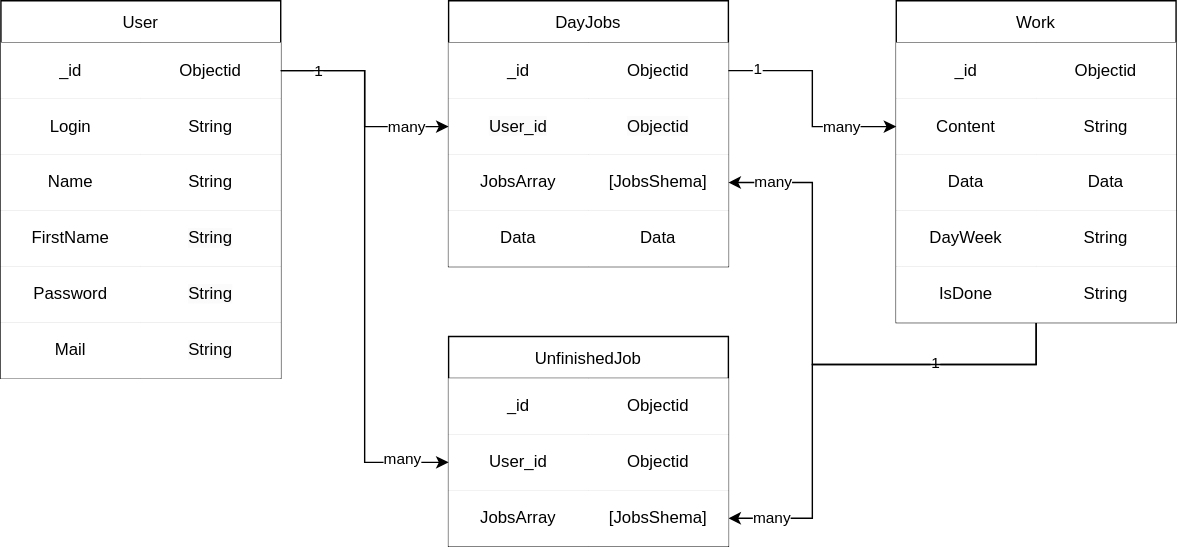
The draw.io diagram FireWeekDiagram.drawio.svg in lambehorn/FireWeek, before a commit. Source tidied: cells renumbered, new cells last; positions are measured from the earlier drawing's top-left corner, leaving out a move shared by most shapes.
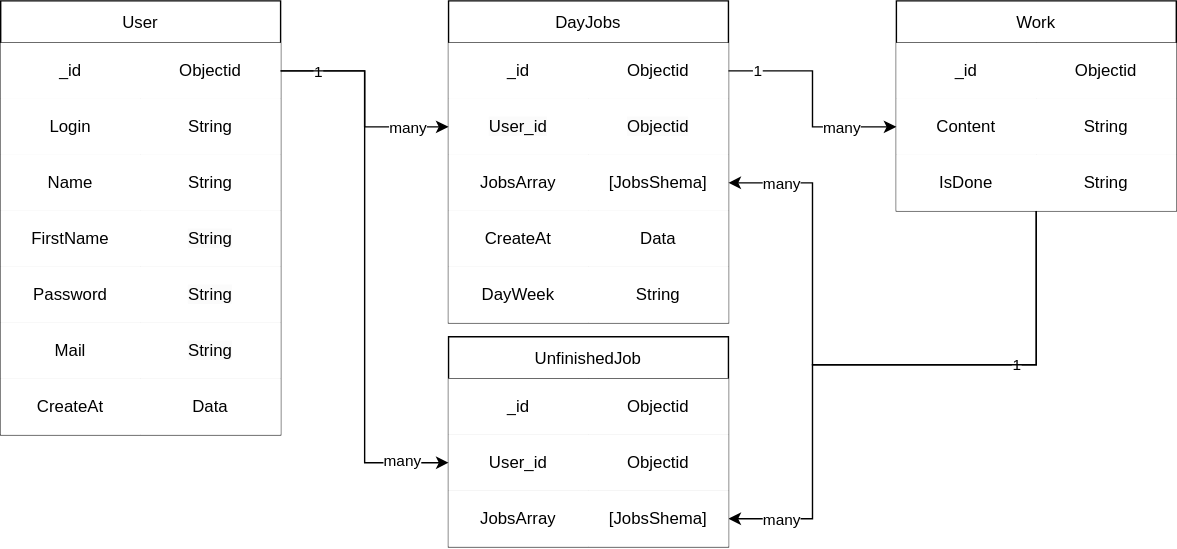
The same diagram one commit later.

The edit, as a diff of the source:
```diff
@@ -3,7 +3,7 @@
     <mxCell id="0" />
     <mxCell id="1" parent="0" />
     <mxCell id="2" value="User" style="shape=table;startSize=30;" parent="1" vertex="1">
-      <mxGeometry width="200" height="270" as="geometry" />
+      <mxGeometry width="200" height="310" as="geometry" />
     </mxCell>
     <mxCell id="3" style="shape=tableRow;horizontal=0;startSize=0;swimlaneHead=0;swimlaneBody=0;top=0;left=0;bottom=0;right=0;points=[[0,0.5],[1,0.5]];portConstraint=eastwest;" parent="2" vertex="1">
       <mxGeometry y="30" width="200" height="40" as="geometry" />
@@ -59,8 +59,17 @@
     <mxCell id="20" value="&lt;span style=&quot;color: rgb(0, 0, 0); font-family: Helvetica; font-size: 12px; font-style: normal; font-variant-ligatures: normal; font-variant-caps: normal; font-weight: 400; letter-spacing: normal; orphans: 2; text-align: center; text-indent: 0px; text-transform: none; widows: 2; word-spacing: 0px; -webkit-text-stroke-width: 0px; background-color: rgb(251, 251, 251); text-decoration-thickness: initial; text-decoration-style: initial; text-decoration-color: initial; float: none; display: inline !important;&quot;&gt;String&lt;/span&gt;&lt;br&gt;" style="shape=partialRectangle;html=1;whiteSpace=wrap;overflow=hidden;top=0;left=0;bottom=0;right=0;" parent="18" vertex="1">
       <mxGeometry x="100" width="100" height="40" as="geometry" />
     </mxCell>
+    <mxCell id="73" style="shape=tableRow;horizontal=0;startSize=0;swimlaneHead=0;swimlaneBody=0;top=0;left=0;bottom=0;right=0;" parent="2" vertex="1">
+      <mxGeometry y="270" width="200" height="40" as="geometry" />
+    </mxCell>
+    <mxCell id="74" value="CreateAt" style="shape=partialRectangle;html=1;whiteSpace=wrap;overflow=hidden;top=0;left=0;bottom=0;right=0;" parent="73" vertex="1">
+      <mxGeometry width="100" height="40" as="geometry" />
+    </mxCell>
+    <mxCell id="51" value="Data" style="shape=partialRectangle;html=1;whiteSpace=wrap;overflow=hidden;top=0;left=0;bottom=0;right=0;" parent="73" vertex="1">
+      <mxGeometry x="100" width="100" height="40" as="geometry" />
+    </mxCell>
     <mxCell id="21" value="DayJobs" style="shape=table;startSize=30;" parent="1" vertex="1">
-      <mxGeometry x="320" width="200" height="190" as="geometry" />
+      <mxGeometry x="320" width="200" height="230" as="geometry" />
     </mxCell>
     <mxCell id="22" style="shape=tableRow;horizontal=0;startSize=0;swimlaneHead=0;swimlaneBody=0;top=0;left=0;bottom=0;right=0;points=[[0,0.5],[1,0.5]];portConstraint=eastwest;" parent="21" vertex="1">
       <mxGeometry y="30" width="200" height="40" as="geometry" />
@@ -92,12 +101,21 @@
     <mxCell id="31" style="shape=tableRow;horizontal=0;startSize=0;swimlaneHead=0;swimlaneBody=0;top=0;left=0;bottom=0;right=0;" parent="21" vertex="1">
       <mxGeometry y="150" width="200" height="40" as="geometry" />
     </mxCell>
-    <mxCell id="32" value="Data" style="shape=partialRectangle;html=1;whiteSpace=wrap;overflow=hidden;top=0;left=0;bottom=0;right=0;" parent="31" vertex="1">
+    <mxCell id="32" value="CreateAt" style="shape=partialRectangle;html=1;whiteSpace=wrap;overflow=hidden;top=0;left=0;bottom=0;right=0;" parent="31" vertex="1">
       <mxGeometry width="100" height="40" as="geometry" />
     </mxCell>
     <mxCell id="33" value="Data" style="shape=partialRectangle;html=1;whiteSpace=wrap;overflow=hidden;top=0;left=0;bottom=0;right=0;" parent="31" vertex="1">
       <mxGeometry x="100" width="100" height="40" as="geometry" />
     </mxCell>
+    <mxCell id="75" style="shape=tableRow;horizontal=0;startSize=0;swimlaneHead=0;swimlaneBody=0;top=0;left=0;bottom=0;right=0;" parent="21" vertex="1">
+      <mxGeometry y="190" width="200" height="40" as="geometry" />
+    </mxCell>
+    <mxCell id="53" value="DayWeek" style="shape=partialRectangle;html=1;whiteSpace=wrap;overflow=hidden;top=0;left=0;bottom=0;right=0;" parent="75" vertex="1">
+      <mxGeometry width="100" height="40" as="geometry" />
+    </mxCell>
+    <mxCell id="54" value="String" style="shape=partialRectangle;html=1;whiteSpace=wrap;overflow=hidden;top=0;left=0;bottom=0;right=0;" parent="75" vertex="1">
+      <mxGeometry x="100" width="100" height="40" as="geometry" />
+    </mxCell>
     <mxCell id="34" style="edgeStyle=orthogonalEdgeStyle;rounded=0;jettySize=auto;html=1;" parent="1" edge="1" source="3" target="25">
       <mxGeometry relative="1" as="geometry" />
     </mxCell>
@@ -139,7 +157,7 @@
       <mxGeometry x="0.83" relative="1" as="geometry" />
     </mxCell>
     <mxCell id="42" value="Work" style="shape=table;startSize=30;" parent="1" vertex="1">
-      <mxGeometry x="640" width="200" height="230" as="geometry" />
+      <mxGeometry x="640" width="200" height="150" as="geometry" />
     </mxCell>
     <mxCell id="43" style="shape=tableRow;horizontal=0;startSize=0;swimlaneHead=0;swimlaneBody=0;top=0;left=0;bottom=0;right=0;" parent="42" vertex="1">
       <mxGeometry y="30" width="200" height="40" as="geometry" />
@@ -159,26 +177,8 @@
     <mxCell id="48" value="String" style="shape=partialRectangle;html=1;whiteSpace=wrap;overflow=hidden;top=0;left=0;bottom=0;right=0;" parent="46" vertex="1">
       <mxGeometry x="100" width="100" height="40" as="geometry" />
     </mxCell>
-    <mxCell id="49" style="shape=tableRow;horizontal=0;startSize=0;swimlaneHead=0;swimlaneBody=0;top=0;left=0;bottom=0;right=0;" parent="42" vertex="1">
-      <mxGeometry y="110" width="200" height="40" as="geometry" />
-    </mxCell>
-    <mxCell id="50" value="Data" style="shape=partialRectangle;html=1;whiteSpace=wrap;overflow=hidden;top=0;left=0;bottom=0;right=0;" parent="49" vertex="1">
-      <mxGeometry width="100" height="40" as="geometry" />
-    </mxCell>
-    <mxCell id="51" value="Data" style="shape=partialRectangle;html=1;whiteSpace=wrap;overflow=hidden;top=0;left=0;bottom=0;right=0;" parent="49" vertex="1">
-      <mxGeometry x="100" width="100" height="40" as="geometry" />
-    </mxCell>
-    <mxCell id="52" style="shape=tableRow;horizontal=0;startSize=0;swimlaneHead=0;swimlaneBody=0;top=0;left=0;bottom=0;right=0;" parent="42" vertex="1">
-      <mxGeometry y="150" width="200" height="40" as="geometry" />
-    </mxCell>
-    <mxCell id="53" value="DayWeek" style="shape=partialRectangle;html=1;whiteSpace=wrap;overflow=hidden;top=0;left=0;bottom=0;right=0;" parent="52" vertex="1">
-      <mxGeometry width="100" height="40" as="geometry" />
-    </mxCell>
-    <mxCell id="54" value="String" style="shape=partialRectangle;html=1;whiteSpace=wrap;overflow=hidden;top=0;left=0;bottom=0;right=0;" parent="52" vertex="1">
-      <mxGeometry x="100" width="100" height="40" as="geometry" />
-    </mxCell>
     <mxCell id="55" style="shape=tableRow;horizontal=0;startSize=0;swimlaneHead=0;swimlaneBody=0;top=0;left=0;bottom=0;right=0;" parent="42" vertex="1">
-      <mxGeometry y="190" width="200" height="40" as="geometry" />
+      <mxGeometry y="110" width="200" height="40" as="geometry" />
     </mxCell>
     <mxCell id="56" value="IsDone" style="shape=partialRectangle;html=1;whiteSpace=wrap;overflow=hidden;top=0;left=0;bottom=0;right=0;" parent="55" vertex="1">
       <mxGeometry width="100" height="40" as="geometry" />
```
